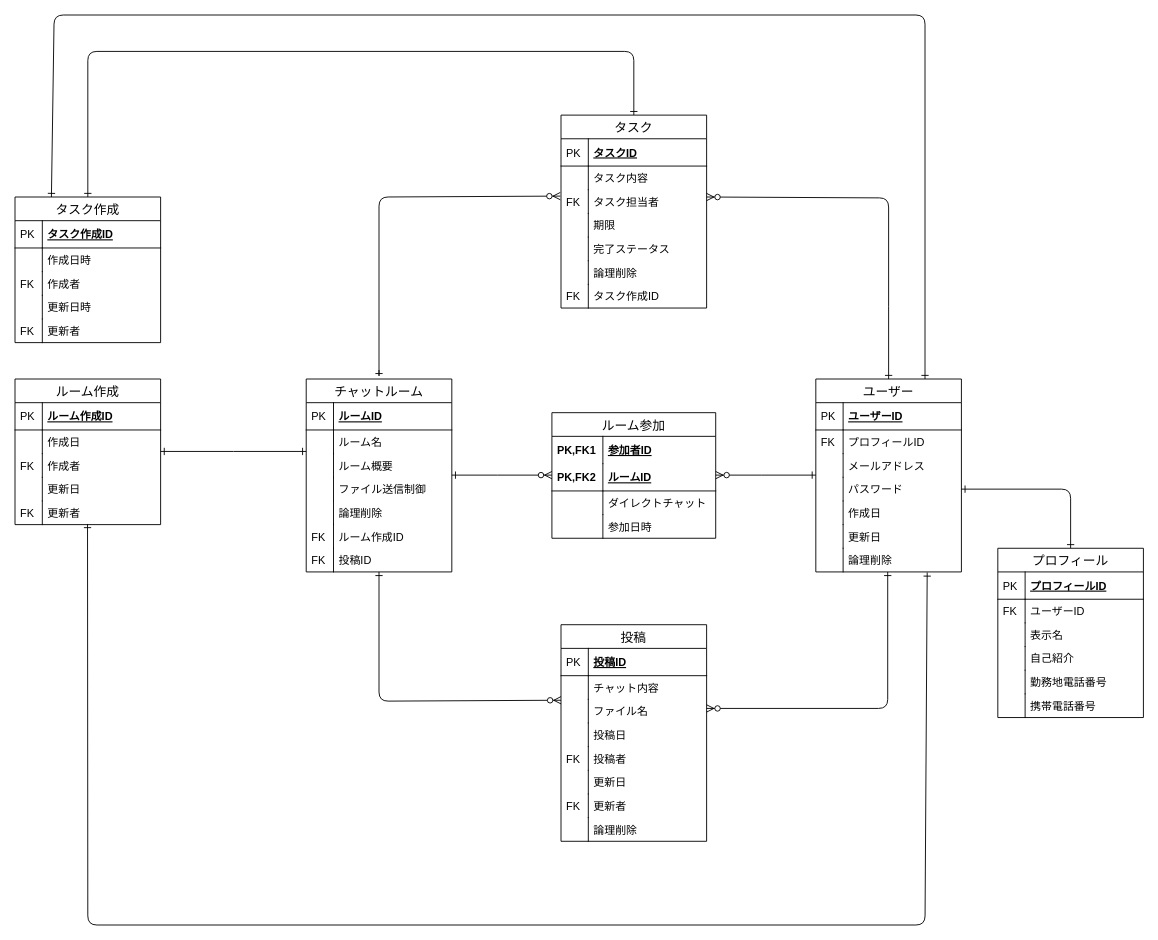
Above: db/db-challenge1/er.drawio in oyoyo55/quelcode-db (draw.io), before the change. Source tidied: cells renumbered, new cells numbered last; positions are measured from the earlier drawing's top-left corner, leaving out a move shared by most shapes. Both pictures are drawn from the tidied source at 91%, with x=0, y=0 at pixel (15, 15).
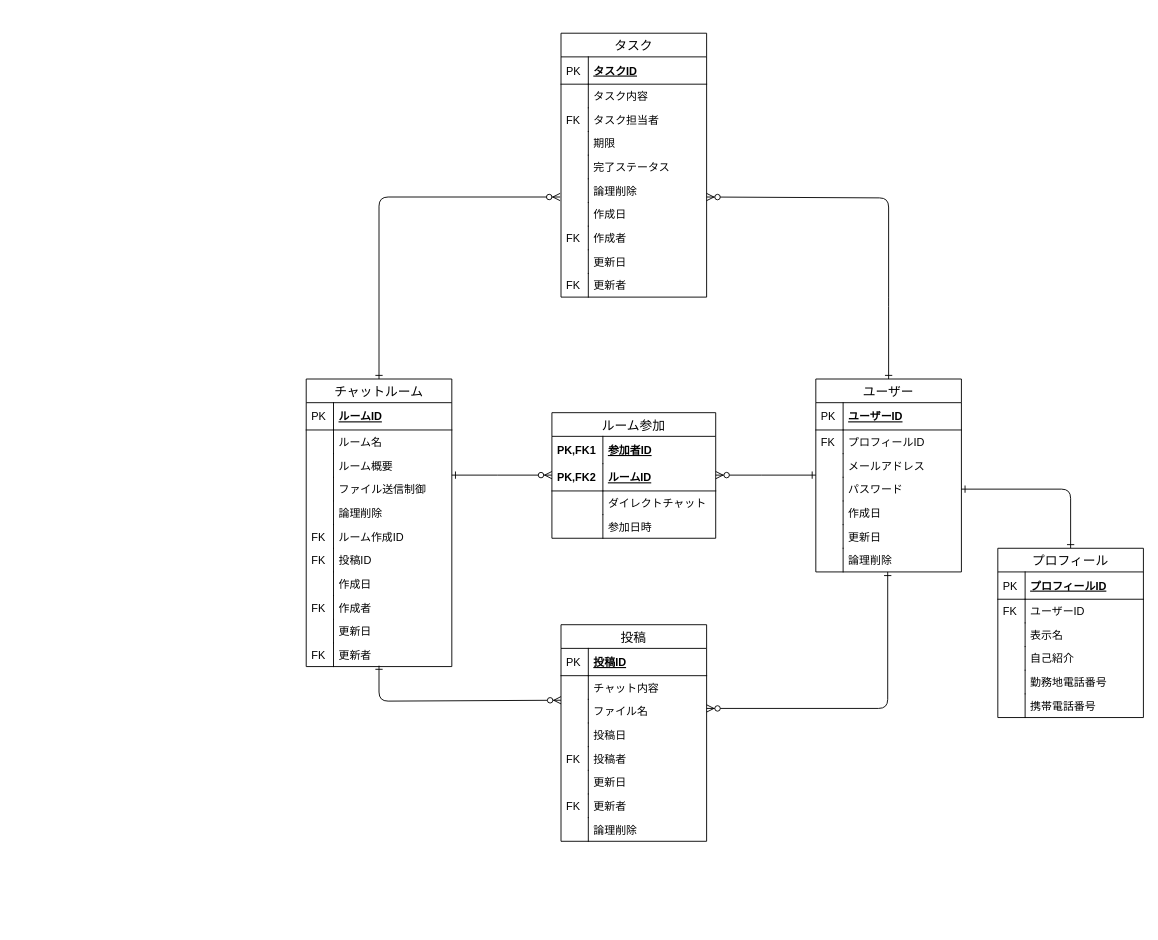
The same diagram, later.

Commit message:
チャットルームとルーム作成テーブルの合体

同様にタスクとタスク作成テーブルも合体しました。

The change refers to these unchanged cells:
```xml
<mxCell id="43" value="ユーザー" style="swimlane;fontStyle=0;horizontal=1;startSize=26;align=center;fontSize=14;" parent="1" vertex="1">
  <mxGeometry x="880" y="400" width="160" height="212" as="geometry" />
</mxCell>
<mxCell id="56" value="論理削除" style="shape=partialRectangle;top=0;left=0;right=0;bottom=0;align=left;verticalAlign=top;fillColor=none;spacingLeft=34;spacingRight=4;overflow=hidden;points=[[0,0.5],[1,0.5]];portConstraint=eastwest;fontSize=12;" parent="43" vertex="1">
  <mxGeometry y="186" width="160" height="26" as="geometry" />
</mxCell>
```

Diff of the diagram source:
```diff
@@
-    <mxCell id="3" style="fontSize=12;html=1;endArrow=ERone;startArrow=ERone;exitX=0.5;exitY=0;exitDx=0;exitDy=0;endFill=0;startFill=0;entryX=0.5;entryY=0;entryDx=0;entryDy=0;" parent="1" edge="1" source="75" target="31">
-      <mxGeometry relative="1" as="geometry">
-        <Array as="points">
-          <mxPoint x="680" y="40" />
-          <mxPoint x="80" y="40" />
-        </Array>
-      </mxGeometry>
-    </mxCell>
     <mxCell id="4" value="チャットルーム" style="swimlane;fontStyle=0;horizontal=1;startSize=26;align=center;fontSize=14;" parent="1" vertex="1">
-      <mxGeometry x="320" y="400" width="160" height="212" as="geometry" />
+      <mxGeometry x="320" y="400" width="160" height="316" as="geometry" />
     </mxCell>
@@
+    <mxCell id="23" value="作成日" style="shape=partialRectangle;top=0;left=0;right=0;bottom=0;align=left;verticalAlign=top;fillColor=none;spacingLeft=34;spacingRight=4;overflow=hidden;fontSize=12;" parent="4" vertex="1">
+      <mxGeometry y="212" width="160" height="26" as="geometry" />
+    </mxCell>
+    <mxCell id="119" style="shape=partialRectangle;top=0;left=0;bottom=0;fillColor=none;align=left;verticalAlign=top;spacingLeft=4;spacingRight=4;overflow=hidden;fontSize=12;" parent="23" vertex="1">
+      <mxGeometry width="30" height="26" as="geometry" />
+    </mxCell>
+    <mxCell id="120" value="作成者" style="shape=partialRectangle;top=0;left=0;right=0;bottom=0;align=left;verticalAlign=top;fillColor=none;spacingLeft=34;spacingRight=4;overflow=hidden;fontSize=12;" parent="4" vertex="1">
+      <mxGeometry y="238" width="160" height="26" as="geometry" />
+    </mxCell>
+    <mxCell id="121" value="FK" style="shape=partialRectangle;top=0;left=0;bottom=0;fillColor=none;align=left;verticalAlign=top;spacingLeft=4;spacingRight=4;overflow=hidden;fontSize=12;" parent="120" vertex="1">
+      <mxGeometry width="30" height="26" as="geometry" />
+    </mxCell>
+    <mxCell id="122" value="更新日" style="shape=partialRectangle;top=0;left=0;right=0;bottom=0;align=left;verticalAlign=top;fillColor=none;spacingLeft=34;spacingRight=4;overflow=hidden;fontSize=12;" parent="4" vertex="1">
+      <mxGeometry y="264" width="160" height="26" as="geometry" />
+    </mxCell>
+    <mxCell id="123" style="shape=partialRectangle;top=0;left=0;bottom=0;fillColor=none;align=left;verticalAlign=top;spacingLeft=4;spacingRight=4;overflow=hidden;fontSize=12;" parent="122" vertex="1">
+      <mxGeometry width="30" height="26" as="geometry" />
+    </mxCell>
+    <mxCell id="124" value="更新者" style="shape=partialRectangle;top=0;left=0;right=0;bottom=0;align=left;verticalAlign=top;fillColor=none;spacingLeft=34;spacingRight=4;overflow=hidden;fontSize=12;" parent="4" vertex="1">
+      <mxGeometry y="290" width="160" height="26" as="geometry" />
+    </mxCell>
+    <mxCell id="125" value="FK" style="shape=partialRectangle;top=0;left=0;bottom=0;fillColor=none;align=left;verticalAlign=top;spacingLeft=4;spacingRight=4;overflow=hidden;fontSize=12;" parent="124" vertex="1">
+      <mxGeometry width="30" height="26" as="geometry" />
+    </mxCell>
-    <mxCell id="19" style="fontSize=12;html=1;endArrow=ERzeroToMany;startArrow=ERone;startFill=0;entryX=-0.005;entryY=0.269;entryDx=0;entryDy=0;entryPerimeter=0;" parent="1" edge="1" target="80">
+    <mxCell id="19" style="fontSize=12;html=1;endArrow=ERzeroToMany;startArrow=ERone;startFill=0;" parent="1" edge="1">
       <mxGeometry relative="1" as="geometry">
-        <mxPoint x="400" y="390" as="sourcePoint" />
+        <mxPoint x="400" y="400" as="sourcePoint" />
+        <mxPoint x="599" y="200" as="targetPoint" />
         <Array as="points">
-          <mxPoint x="400" y="400" />
           <mxPoint x="400" y="200" />
         </Array>
       </mxGeometry>
     </mxCell>
-    <mxCell id="20" value="ルーム作成" style="swimlane;fontStyle=0;horizontal=1;startSize=26;align=center;fontSize=14;" parent="1" vertex="1">
-      <mxGeometry y="400" width="160" height="160" as="geometry" />
-    </mxCell>
-    <mxCell id="21" value="ルーム作成ID" style="shape=partialRectangle;top=0;left=0;right=0;bottom=1;align=left;verticalAlign=middle;fillColor=none;spacingLeft=34;spacingRight=4;overflow=hidden;fontStyle=5;fontSize=12;" parent="20" vertex="1">
-      <mxGeometry y="26" width="160" height="30" as="geometry" />
-    </mxCell>
-    <mxCell id="22" value="PK" style="shape=partialRectangle;top=0;left=0;bottom=0;fillColor=none;align=left;verticalAlign=middle;spacingLeft=4;spacingRight=4;overflow=hidden;fontSize=12;" parent="21" vertex="1">
-      <mxGeometry width="30" height="30" as="geometry" />
-    </mxCell>
-    <mxCell id="23" value="作成日" style="shape=partialRectangle;top=0;left=0;right=0;bottom=0;align=left;verticalAlign=top;fillColor=none;spacingLeft=34;spacingRight=4;overflow=hidden;fontSize=12;" parent="20" vertex="1">
-      <mxGeometry y="56" width="160" height="26" as="geometry" />
-    </mxCell>
-    <mxCell id="24" style="shape=partialRectangle;top=0;left=0;bottom=0;fillColor=none;align=left;verticalAlign=top;spacingLeft=4;spacingRight=4;overflow=hidden;fontSize=12;" parent="23" vertex="1">
-      <mxGeometry width="30" height="26" as="geometry" />
-    </mxCell>
-    <mxCell id="25" value="作成者" style="shape=partialRectangle;top=0;left=0;right=0;bottom=0;align=left;verticalAlign=top;fillColor=none;spacingLeft=34;spacingRight=4;overflow=hidden;fontSize=12;" parent="20" vertex="1">
-      <mxGeometry y="82" width="160" height="26" as="geometry" />
-    </mxCell>
-    <mxCell id="26" value="FK" style="shape=partialRectangle;top=0;left=0;bottom=0;fillColor=none;align=left;verticalAlign=top;spacingLeft=4;spacingRight=4;overflow=hidden;fontSize=12;" parent="25" vertex="1">
-      <mxGeometry width="30" height="26" as="geometry" />
-    </mxCell>
-    <mxCell id="27" value="更新日" style="shape=partialRectangle;top=0;left=0;right=0;bottom=0;align=left;verticalAlign=top;fillColor=none;spacingLeft=34;spacingRight=4;overflow=hidden;fontSize=12;" parent="20" vertex="1">
-      <mxGeometry y="108" width="160" height="26" as="geometry" />
-    </mxCell>
-    <mxCell id="28" style="shape=partialRectangle;top=0;left=0;bottom=0;fillColor=none;align=left;verticalAlign=top;spacingLeft=4;spacingRight=4;overflow=hidden;fontSize=12;" parent="27" vertex="1">
-      <mxGeometry width="30" height="26" as="geometry" />
-    </mxCell>
-    <mxCell id="29" value="更新者" style="shape=partialRectangle;top=0;left=0;right=0;bottom=0;align=left;verticalAlign=top;fillColor=none;spacingLeft=34;spacingRight=4;overflow=hidden;points=[[0,0.5],[1,0.5]];portConstraint=eastwest;fontSize=12;" parent="20" vertex="1">
-      <mxGeometry y="134" width="160" height="26" as="geometry" />
-    </mxCell>
-    <mxCell id="30" value="FK" style="shape=partialRectangle;top=0;left=0;bottom=0;fillColor=none;align=left;verticalAlign=top;spacingLeft=4;spacingRight=4;overflow=hidden;fontSize=12;" parent="29" vertex="1">
-      <mxGeometry width="30" height="26" as="geometry" />
-    </mxCell>
-    <mxCell id="31" value="タスク作成" style="swimlane;fontStyle=0;horizontal=1;startSize=26;align=center;fontSize=14;" parent="1" vertex="1">
-      <mxGeometry y="200" width="160" height="160" as="geometry" />
-    </mxCell>
-    <mxCell id="32" value="タスク作成ID" style="shape=partialRectangle;top=0;left=0;right=0;bottom=1;align=left;verticalAlign=middle;fillColor=none;spacingLeft=34;spacingRight=4;overflow=hidden;fontStyle=5;fontSize=12;" parent="31" vertex="1">
-      <mxGeometry y="26" width="160" height="30" as="geometry" />
-    </mxCell>
-    <mxCell id="33" value="PK" style="shape=partialRectangle;top=0;left=0;bottom=0;fillColor=none;align=left;verticalAlign=middle;spacingLeft=4;spacingRight=4;overflow=hidden;fontSize=12;" parent="32" vertex="1">
-      <mxGeometry width="30" height="30" as="geometry" />
-    </mxCell>
-    <mxCell id="34" value="作成日時" style="shape=partialRectangle;top=0;left=0;right=0;bottom=0;align=left;verticalAlign=top;fillColor=none;spacingLeft=34;spacingRight=4;overflow=hidden;fontSize=12;" parent="31" vertex="1">
-      <mxGeometry y="56" width="160" height="26" as="geometry" />
-    </mxCell>
-    <mxCell id="35" style="shape=partialRectangle;top=0;left=0;bottom=0;fillColor=none;align=left;verticalAlign=top;spacingLeft=4;spacingRight=4;overflow=hidden;fontSize=12;" parent="34" vertex="1">
-      <mxGeometry width="30" height="26" as="geometry" />
-    </mxCell>
-    <mxCell id="36" value="作成者" style="shape=partialRectangle;top=0;left=0;right=0;bottom=0;align=left;verticalAlign=top;fillColor=none;spacingLeft=34;spacingRight=4;overflow=hidden;fontSize=12;" parent="31" vertex="1">
-      <mxGeometry y="82" width="160" height="26" as="geometry" />
-    </mxCell>
-    <mxCell id="37" value="FK" style="shape=partialRectangle;top=0;left=0;bottom=0;fillColor=none;align=left;verticalAlign=top;spacingLeft=4;spacingRight=4;overflow=hidden;fontSize=12;" parent="36" vertex="1">
-      <mxGeometry width="30" height="26" as="geometry" />
-    </mxCell>
-    <mxCell id="38" value="更新日時" style="shape=partialRectangle;top=0;left=0;right=0;bottom=0;align=left;verticalAlign=top;fillColor=none;spacingLeft=34;spacingRight=4;overflow=hidden;fontSize=12;" parent="31" vertex="1">
-      <mxGeometry y="108" width="160" height="26" as="geometry" />
-    </mxCell>
-    <mxCell id="39" style="shape=partialRectangle;top=0;left=0;bottom=0;fillColor=none;align=left;verticalAlign=top;spacingLeft=4;spacingRight=4;overflow=hidden;fontSize=12;" parent="38" vertex="1">
-      <mxGeometry width="30" height="26" as="geometry" />
-    </mxCell>
-    <mxCell id="40" value="更新者" style="shape=partialRectangle;top=0;left=0;right=0;bottom=0;align=left;verticalAlign=top;fillColor=none;spacingLeft=34;spacingRight=4;overflow=hidden;fontSize=12;" parent="31" vertex="1">
-      <mxGeometry y="134" width="160" height="26" as="geometry" />
-    </mxCell>
-    <mxCell id="41" value="FK" style="shape=partialRectangle;top=0;left=0;bottom=0;fillColor=none;align=left;verticalAlign=top;spacingLeft=4;spacingRight=4;overflow=hidden;fontSize=12;" parent="40" vertex="1">
-      <mxGeometry width="30" height="26" as="geometry" />
-    </mxCell>
@@
-    <mxCell id="75" value="タスク" style="swimlane;fontStyle=0;horizontal=1;startSize=26;align=center;fontSize=14;" parent="1" vertex="1">
-      <mxGeometry x="600" y="110" width="160" height="212" as="geometry" />
-    </mxCell>
-    <mxCell id="76" value="タスクID" style="shape=partialRectangle;top=0;left=0;right=0;bottom=1;align=left;verticalAlign=middle;fillColor=none;spacingLeft=34;spacingRight=4;overflow=hidden;fontStyle=5;fontSize=12;" parent="75" vertex="1">
-      <mxGeometry y="26" width="160" height="30" as="geometry" />
-    </mxCell>
-    <mxCell id="77" value="PK" style="shape=partialRectangle;top=0;left=0;bottom=0;fillColor=none;align=left;verticalAlign=middle;spacingLeft=4;spacingRight=4;overflow=hidden;fontSize=12;" parent="76" vertex="1">
-      <mxGeometry width="30" height="30" as="geometry" />
-    </mxCell>
-    <mxCell id="78" value="タスク内容" style="shape=partialRectangle;top=0;left=0;right=0;bottom=0;align=left;verticalAlign=top;fillColor=none;spacingLeft=34;spacingRight=4;overflow=hidden;fontSize=12;" parent="75" vertex="1">
-      <mxGeometry y="56" width="160" height="26" as="geometry" />
-    </mxCell>
-    <mxCell id="79" style="shape=partialRectangle;top=0;left=0;bottom=0;fillColor=none;align=left;verticalAlign=top;spacingLeft=4;spacingRight=4;overflow=hidden;fontSize=12;" parent="78" vertex="1">
-      <mxGeometry width="30" height="26" as="geometry" />
-    </mxCell>
-    <mxCell id="80" value="タスク担当者" style="shape=partialRectangle;top=0;left=0;right=0;bottom=0;align=left;verticalAlign=top;fillColor=none;spacingLeft=34;spacingRight=4;overflow=hidden;points=[[0,0.5],[1,0.5]];portConstraint=eastwest;fontSize=12;" parent="75" vertex="1">
-      <mxGeometry y="82" width="160" height="26" as="geometry" />
-    </mxCell>
-    <mxCell id="81" value="FK" style="shape=partialRectangle;top=0;left=0;bottom=0;fillColor=none;align=left;verticalAlign=top;spacingLeft=4;spacingRight=4;overflow=hidden;fontSize=12;" parent="80" vertex="1">
-      <mxGeometry width="30" height="26" as="geometry" />
-    </mxCell>
-    <mxCell id="82" value="期限" style="shape=partialRectangle;top=0;left=0;right=0;bottom=0;align=left;verticalAlign=top;fillColor=none;spacingLeft=34;spacingRight=4;overflow=hidden;fontSize=12;" parent="75" vertex="1">
-      <mxGeometry y="108" width="160" height="26" as="geometry" />
-    </mxCell>
-    <mxCell id="83" style="shape=partialRectangle;top=0;left=0;bottom=0;fillColor=none;align=left;verticalAlign=top;spacingLeft=4;spacingRight=4;overflow=hidden;fontSize=12;" parent="82" vertex="1">
-      <mxGeometry width="30" height="26" as="geometry" />
-    </mxCell>
-    <mxCell id="84" value="完了ステータス" style="shape=partialRectangle;top=0;left=0;right=0;bottom=0;align=left;verticalAlign=top;fillColor=none;spacingLeft=34;spacingRight=4;overflow=hidden;fontSize=12;" parent="75" vertex="1">
-      <mxGeometry y="134" width="160" height="26" as="geometry" />
-    </mxCell>
-    <mxCell id="85" style="shape=partialRectangle;top=0;left=0;bottom=0;fillColor=none;align=left;verticalAlign=top;spacingLeft=4;spacingRight=4;overflow=hidden;fontSize=12;" parent="84" vertex="1">
-      <mxGeometry width="30" height="26" as="geometry" />
-    </mxCell>
-    <mxCell id="86" value="論理削除" style="shape=partialRectangle;top=0;left=0;right=0;bottom=0;align=left;verticalAlign=top;fillColor=none;spacingLeft=34;spacingRight=4;overflow=hidden;fontSize=12;" parent="75" vertex="1">
-      <mxGeometry y="160" width="160" height="26" as="geometry" />
-    </mxCell>
-    <mxCell id="87" style="shape=partialRectangle;top=0;left=0;bottom=0;fillColor=none;align=left;verticalAlign=top;spacingLeft=4;spacingRight=4;overflow=hidden;fontSize=12;" parent="86" vertex="1">
-      <mxGeometry width="30" height="26" as="geometry" />
-    </mxCell>
-    <mxCell id="88" value="タスク作成ID" style="shape=partialRectangle;top=0;left=0;right=0;bottom=0;align=left;verticalAlign=top;fillColor=none;spacingLeft=34;spacingRight=4;overflow=hidden;fontSize=12;" parent="75" vertex="1">
-      <mxGeometry y="186" width="160" height="26" as="geometry" />
-    </mxCell>
-    <mxCell id="89" value="FK" style="shape=partialRectangle;top=0;left=0;bottom=0;fillColor=none;align=left;verticalAlign=top;spacingLeft=4;spacingRight=4;overflow=hidden;fontSize=12;" parent="88" vertex="1">
-      <mxGeometry width="30" height="26" as="geometry" />
-    </mxCell>
-    <mxCell id="90" style="endArrow=ERone;html=1;rounded=0;startArrow=ERone;startFill=0;endFill=0;" parent="1" edge="1">
-      <mxGeometry relative="1" as="geometry">
-        <mxPoint x="160" y="479.6" as="sourcePoint" />
-        <mxPoint x="320" y="479.6" as="targetPoint" />
-        <Array as="points">
-          <mxPoint x="240" y="479.6" />
-        </Array>
-      </mxGeometry>
-    </mxCell>
@@
     <mxCell id="104" style="fontSize=12;html=1;endArrow=ERzeroToMany;startArrow=ERone;startFill=0;" parent="1" edge="1">
       <mxGeometry relative="1" as="geometry">
-        <mxPoint x="400" y="612" as="sourcePoint" />
+        <mxPoint x="400" y="715" as="sourcePoint" />
         <mxPoint x="600" y="753" as="targetPoint" />
         <Array as="points">
           <mxPoint x="400" y="754" />
         </Array>
       </mxGeometry>
     </mxCell>
@@
-    <mxCell id="117" style="fontSize=12;html=1;endArrow=ERone;startArrow=ERone;exitX=0.25;exitY=0;exitDx=0;exitDy=0;entryX=0.75;entryY=0;entryDx=0;entryDy=0;startFill=0;endFill=0;" parent="1" edge="1" source="31" target="43">
-      <mxGeometry relative="1" as="geometry">
-        <Array as="points">
-          <mxPoint x="43" />
-          <mxPoint x="1000" />
-        </Array>
-      </mxGeometry>
-    </mxCell>
-    <mxCell id="118" style="fontSize=12;html=1;endArrow=ERone;startArrow=ERone;entryX=0.498;entryY=0.974;entryDx=0;entryDy=0;entryPerimeter=0;endFill=0;startFill=0;exitX=0.765;exitY=1.023;exitDx=0;exitDy=0;exitPerimeter=0;" parent="1" edge="1" source="56" target="29">
-      <mxGeometry relative="1" as="geometry">
-        <Array as="points">
-          <mxPoint x="1000" y="1000" />
-          <mxPoint x="80" y="1000" />
-        </Array>
-      </mxGeometry>
-    </mxCell>
+    <mxCell id="75" value="タスク" style="swimlane;fontStyle=0;horizontal=1;startSize=26;align=center;fontSize=14;" parent="1" vertex="1">
+      <mxGeometry x="600" y="20" width="160" height="290" as="geometry" />
+    </mxCell>
+    <mxCell id="76" value="タスクID" style="shape=partialRectangle;top=0;left=0;right=0;bottom=1;align=left;verticalAlign=middle;fillColor=none;spacingLeft=34;spacingRight=4;overflow=hidden;fontStyle=5;fontSize=12;" parent="75" vertex="1">
+      <mxGeometry y="26" width="160" height="30" as="geometry" />
+    </mxCell>
+    <mxCell id="77" value="PK" style="shape=partialRectangle;top=0;left=0;bottom=0;fillColor=none;align=left;verticalAlign=middle;spacingLeft=4;spacingRight=4;overflow=hidden;fontSize=12;" parent="76" vertex="1">
+      <mxGeometry width="30" height="30" as="geometry" />
+    </mxCell>
+    <mxCell id="78" value="タスク内容" style="shape=partialRectangle;top=0;left=0;right=0;bottom=0;align=left;verticalAlign=top;fillColor=none;spacingLeft=34;spacingRight=4;overflow=hidden;fontSize=12;" parent="75" vertex="1">
+      <mxGeometry y="56" width="160" height="26" as="geometry" />
+    </mxCell>
+    <mxCell id="79" style="shape=partialRectangle;top=0;left=0;bottom=0;fillColor=none;align=left;verticalAlign=top;spacingLeft=4;spacingRight=4;overflow=hidden;fontSize=12;" parent="78" vertex="1">
+      <mxGeometry width="30" height="26" as="geometry" />
+    </mxCell>
+    <mxCell id="80" value="タスク担当者" style="shape=partialRectangle;top=0;left=0;right=0;bottom=0;align=left;verticalAlign=top;fillColor=none;spacingLeft=34;spacingRight=4;overflow=hidden;points=[[0,0.5],[1,0.5]];portConstraint=eastwest;fontSize=12;" parent="75" vertex="1">
+      <mxGeometry y="82" width="160" height="26" as="geometry" />
+    </mxCell>
+    <mxCell id="81" value="FK" style="shape=partialRectangle;top=0;left=0;bottom=0;fillColor=none;align=left;verticalAlign=top;spacingLeft=4;spacingRight=4;overflow=hidden;fontSize=12;" parent="80" vertex="1">
+      <mxGeometry width="30" height="26" as="geometry" />
+    </mxCell>
+    <mxCell id="82" value="期限" style="shape=partialRectangle;top=0;left=0;right=0;bottom=0;align=left;verticalAlign=top;fillColor=none;spacingLeft=34;spacingRight=4;overflow=hidden;fontSize=12;" parent="75" vertex="1">
+      <mxGeometry y="108" width="160" height="26" as="geometry" />
+    </mxCell>
+    <mxCell id="83" style="shape=partialRectangle;top=0;left=0;bottom=0;fillColor=none;align=left;verticalAlign=top;spacingLeft=4;spacingRight=4;overflow=hidden;fontSize=12;" parent="82" vertex="1">
+      <mxGeometry width="30" height="26" as="geometry" />
+    </mxCell>
+    <mxCell id="84" value="完了ステータス" style="shape=partialRectangle;top=0;left=0;right=0;bottom=0;align=left;verticalAlign=top;fillColor=none;spacingLeft=34;spacingRight=4;overflow=hidden;fontSize=12;" parent="75" vertex="1">
+      <mxGeometry y="134" width="160" height="26" as="geometry" />
+    </mxCell>
+    <mxCell id="85" style="shape=partialRectangle;top=0;left=0;bottom=0;fillColor=none;align=left;verticalAlign=top;spacingLeft=4;spacingRight=4;overflow=hidden;fontSize=12;" parent="84" vertex="1">
+      <mxGeometry width="30" height="26" as="geometry" />
+    </mxCell>
+    <mxCell id="86" value="論理削除" style="shape=partialRectangle;top=0;left=0;right=0;bottom=0;align=left;verticalAlign=top;fillColor=none;spacingLeft=34;spacingRight=4;overflow=hidden;fontSize=12;" parent="75" vertex="1">
+      <mxGeometry y="160" width="160" height="26" as="geometry" />
+    </mxCell>
+    <mxCell id="87" style="shape=partialRectangle;top=0;left=0;bottom=0;fillColor=none;align=left;verticalAlign=top;spacingLeft=4;spacingRight=4;overflow=hidden;fontSize=12;" parent="86" vertex="1">
+      <mxGeometry width="30" height="26" as="geometry" />
+    </mxCell>
+    <mxCell id="88" value="作成日" style="shape=partialRectangle;top=0;left=0;right=0;bottom=0;align=left;verticalAlign=top;fillColor=none;spacingLeft=34;spacingRight=4;overflow=hidden;fontSize=12;" parent="75" vertex="1">
+      <mxGeometry y="186" width="160" height="26" as="geometry" />
+    </mxCell>
+    <mxCell id="89" style="shape=partialRectangle;top=0;left=0;bottom=0;fillColor=none;align=left;verticalAlign=top;spacingLeft=4;spacingRight=4;overflow=hidden;fontSize=12;" parent="88" vertex="1">
+      <mxGeometry width="30" height="26" as="geometry" />
+    </mxCell>
+    <mxCell id="126" value="作成者" style="shape=partialRectangle;top=0;left=0;right=0;bottom=0;align=left;verticalAlign=top;fillColor=none;spacingLeft=34;spacingRight=4;overflow=hidden;fontSize=12;" parent="75" vertex="1">
+      <mxGeometry y="212" width="160" height="26" as="geometry" />
+    </mxCell>
+    <mxCell id="127" value="FK" style="shape=partialRectangle;top=0;left=0;bottom=0;fillColor=none;align=left;verticalAlign=top;spacingLeft=4;spacingRight=4;overflow=hidden;fontSize=12;" parent="126" vertex="1">
+      <mxGeometry width="30" height="26" as="geometry" />
+    </mxCell>
+    <mxCell id="128" value="更新日" style="shape=partialRectangle;top=0;left=0;right=0;bottom=0;align=left;verticalAlign=top;fillColor=none;spacingLeft=34;spacingRight=4;overflow=hidden;fontSize=12;" parent="75" vertex="1">
+      <mxGeometry y="238" width="160" height="26" as="geometry" />
+    </mxCell>
+    <mxCell id="129" style="shape=partialRectangle;top=0;left=0;bottom=0;fillColor=none;align=left;verticalAlign=top;spacingLeft=4;spacingRight=4;overflow=hidden;fontSize=12;" parent="128" vertex="1">
+      <mxGeometry width="30" height="26" as="geometry" />
+    </mxCell>
+    <mxCell id="130" value="更新者" style="shape=partialRectangle;top=0;left=0;right=0;bottom=0;align=left;verticalAlign=top;fillColor=none;spacingLeft=34;spacingRight=4;overflow=hidden;fontSize=12;" parent="75" vertex="1">
+      <mxGeometry y="264" width="160" height="26" as="geometry" />
+    </mxCell>
+    <mxCell id="131" value="FK" style="shape=partialRectangle;top=0;left=0;bottom=0;fillColor=none;align=left;verticalAlign=top;spacingLeft=4;spacingRight=4;overflow=hidden;fontSize=12;" parent="130" vertex="1">
+      <mxGeometry width="30" height="26" as="geometry" />
+    </mxCell>
```
